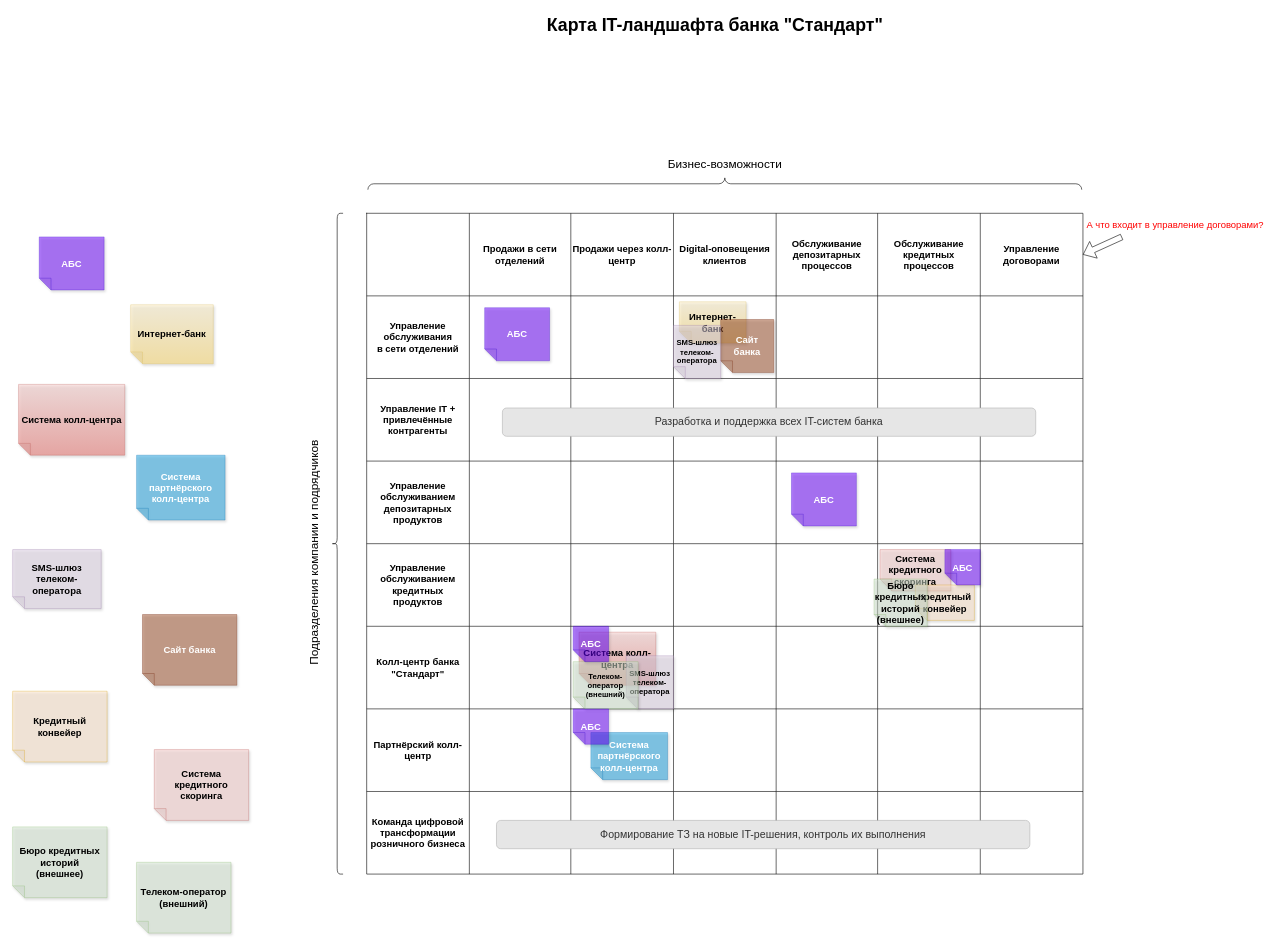
Before: Task1/it_landscape.drawio in Felix-neko/architecture-pro-standart, a draw.io diagram. Source tidied: cells renumbered, new cells numbered last; positions are measured from the earlier drawing's top-left corner, leaving out a move shared by most shapes. Both pictures are drawn from the tidied source at 59%, with x=0, y=0 at pixel (12, 12).
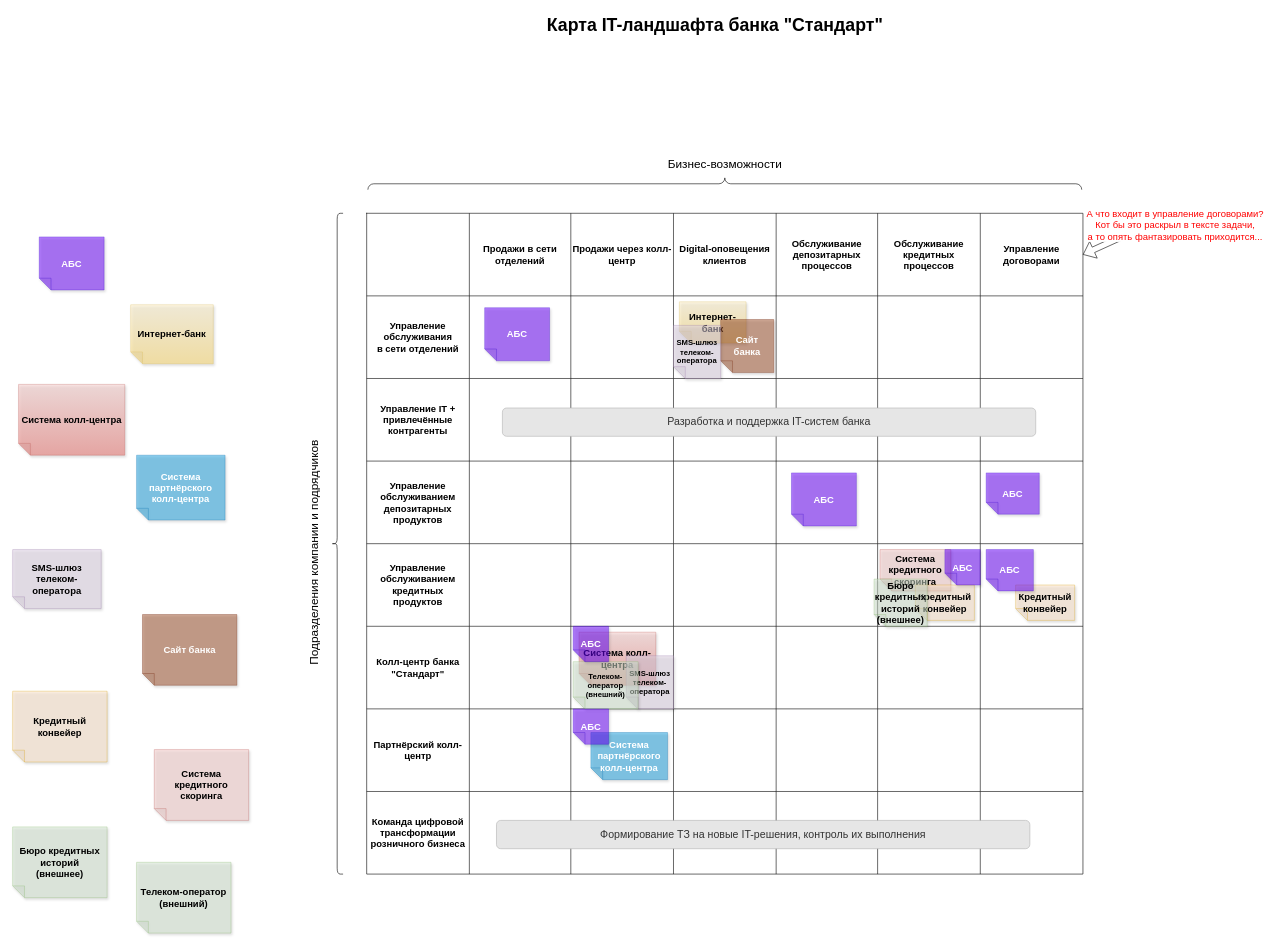
The same page after the edit.

Unchanged cells that the change refers to:
```xml
<mxCell id="4" style="shape=tableRow;horizontal=0;startSize=0;swimlaneHead=0;swimlaneBody=0;strokeColor=inherit;top=0;left=0;bottom=0;right=0;fillColor=none;points=[[0,0.5],[1,0.5]];portConstraint=eastwest;fontSize=16;" parent="3" vertex="1">
  <mxGeometry width="1214" height="140" as="geometry" />
</mxCell>
```

What changed in the source:
```diff
@@
-    <mxCell id="97" value="Разработка и поддержка всех IT-систем банка" style="rounded=1;html=1;shadow=0;dashed=0;whiteSpace=wrap;fontSize=18;fillColor=#E6E6E6;align=center;strokeColor=#B3B3B3;fontColor=#333333;" parent="1" vertex="1">
+    <mxCell id="97" value="Разработка и поддержка IT-систем банка" style="rounded=1;html=1;shadow=0;dashed=0;whiteSpace=wrap;fontSize=18;fillColor=#E6E6E6;align=center;strokeColor=#B3B3B3;fontColor=#333333;" parent="1" vertex="1">
       <mxGeometry x="830" y="670" width="904" height="48" as="geometry" />
     </mxCell>
@@
-    <mxCell id="99" value="&lt;font style=&quot;font-size: 16px; color: rgb(255, 2, 2);&quot;&gt;А что входит в управление договорами?&lt;/font&gt;" style="shape=flexArrow;endArrow=classic;html=1;rounded=0;entryX=1;entryY=0.5;entryDx=0;entryDy=0;" parent="1" edge="1" target="4">
+    <mxCell id="99" value="&lt;font style=&quot;font-size: 16px; color: rgb(255, 2, 2);&quot;&gt;А что входит в управление договорами?&lt;br&gt;Кот бы это раскрыл в тексте задачи,&lt;br&gt;а то опять фантазировать приходится...&lt;/font&gt;" style="shape=flexArrow;endArrow=classic;html=1;rounded=0;entryX=1;entryY=0.5;entryDx=0;entryDy=0;" parent="1" edge="1" target="4">
       <mxGeometry x="-1" y="92" relative="1" as="geometry">
         <mxPoint x="1880" y="380" as="sourcePoint" />
         <mxPoint x="52" y="-104" as="offset" />
       </mxGeometry>
     </mxCell>
+    <mxCell id="100" value="Кредитный конвейер" style="shape=note;whiteSpace=wrap;html=1;backgroundOutline=1;darkOpacity=0.05;fillColor=#ffe6cc;fillStyle=solid;direction=west;gradientDirection=north;shadow=1;size=20;opacity=50;fontStyle=1;fontSize=16;strokeColor=#d79b00;" parent="1" vertex="1">
+      <mxGeometry x="1700" y="970" width="100" height="60" as="geometry" />
+    </mxCell>
+    <mxCell id="101" value="АБС" style="shape=note;whiteSpace=wrap;html=1;backgroundOutline=1;darkOpacity=0.05;fillColor=#6a00ff;fillStyle=solid;direction=west;gradientDirection=north;shadow=1;size=20;opacity=50;fontStyle=1;fontSize=16;strokeColor=#3700CC;fontColor=#ffffff;" parent="1" vertex="1">
+      <mxGeometry x="1650" y="910" width="80" height="70" as="geometry" />
+    </mxCell>
+    <mxCell id="102" value="АБС" style="shape=note;whiteSpace=wrap;html=1;backgroundOutline=1;darkOpacity=0.05;fillColor=#6a00ff;fillStyle=solid;direction=west;gradientDirection=north;shadow=1;size=20;opacity=50;fontStyle=1;fontSize=16;strokeColor=#3700CC;fontColor=#ffffff;" parent="1" vertex="1">
+      <mxGeometry x="1650" y="780" width="90" height="70" as="geometry" />
+    </mxCell>
```
